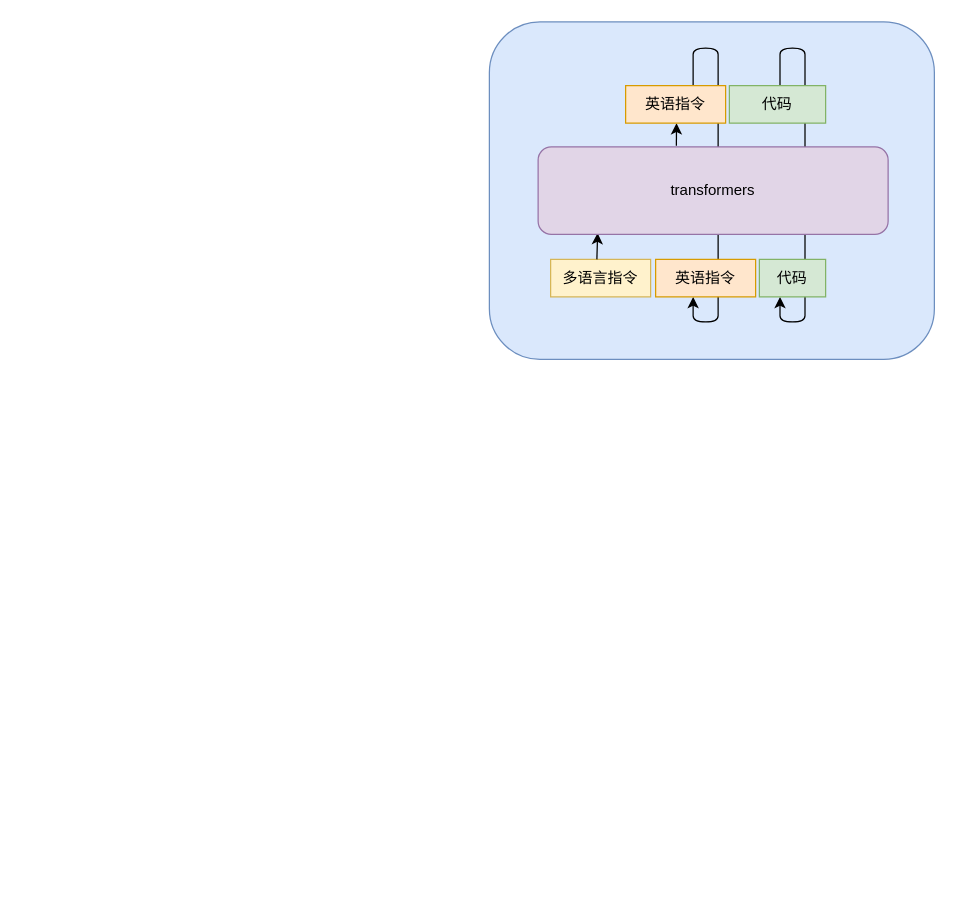
Before: 未命名绘图.drawio in fghccv/test, a draw.io diagram. Source tidied: cells renumbered, new cells numbered last; positions are measured from the earlier drawing's top-left corner, leaving out a move shared by most shapes. Both pictures are drawn from the tidied source at 125%, with x=0, y=0 at pixel (489, 21).
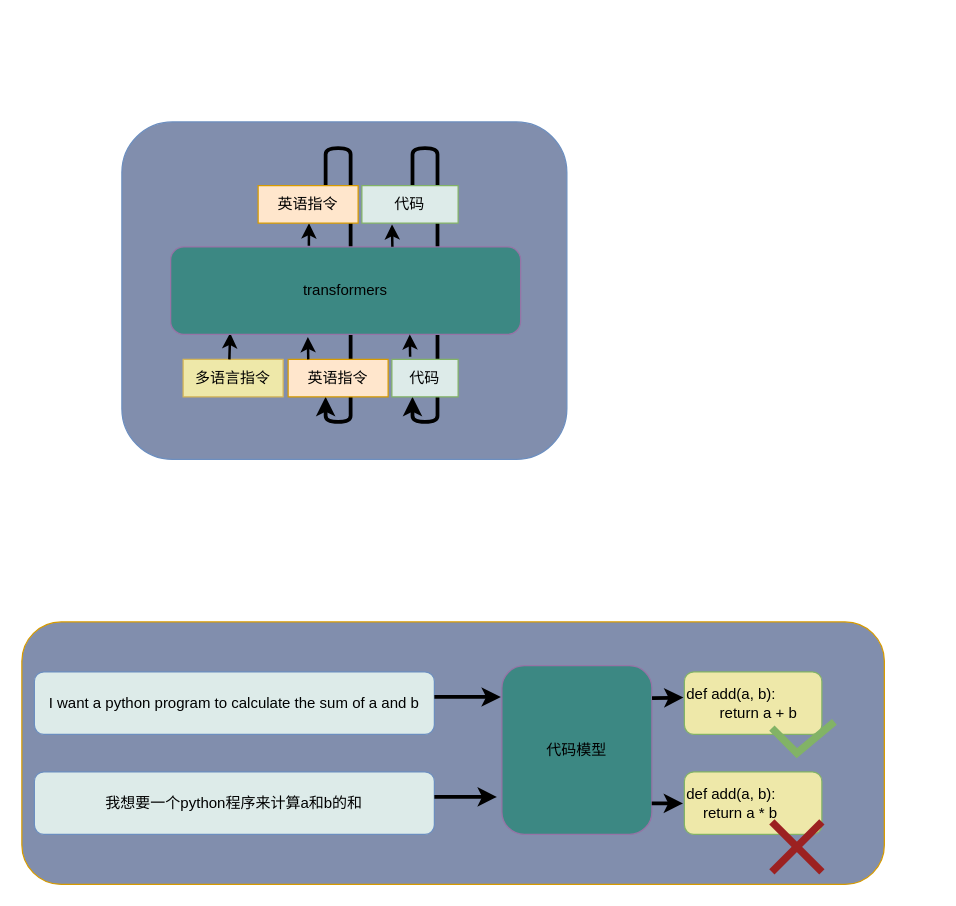
The same page after the edit.

Commit message:
更新未命名绘图.drawio

What changed in the source:
```diff
@@
-    <mxCell id="2" style="group;" parent="1" vertex="1">
-      <mxGeometry width="356" height="270" as="geometry" />
-    </mxCell>
+    <mxCell id="14" style="group;" parent="1" vertex="1">
+      <mxGeometry x="-374" y="480" width="690" height="210" as="geometry" />
+    </mxCell>
+    <mxCell id="15" style="rounded=1;whiteSpace=wrap;html=1;fillColor=#818EAD;strokeColor=#d79b00;" parent="14" vertex="1">
+      <mxGeometry width="690" height="210" as="geometry" />
+    </mxCell>
+    <mxCell id="16" value="I want a python program to calculate the sum of a and b" style="rounded=1;whiteSpace=wrap;html=1;fillColor=#DDEBE9;strokeColor=#6c8ebf;" parent="14" vertex="1">
+      <mxGeometry x="10" y="40" width="320" height="50" as="geometry" />
+    </mxCell>
+    <mxCell id="17" value="我想要一个python程序来计算a和b的和" style="rounded=1;whiteSpace=wrap;html=1;fillColor=#DDEBE9;strokeColor=#6c8ebf;" parent="14" vertex="1">
+      <mxGeometry x="10" y="120" width="320" height="50" as="geometry" />
+    </mxCell>
+    <mxCell id="18" value="代码模型" style="rounded=1;whiteSpace=wrap;html=1;fillColor=#3C8883;strokeColor=#9673a6;" parent="14" vertex="1">
+      <mxGeometry x="384" y="35" width="120" height="135" as="geometry" />
+    </mxCell>
+    <mxCell id="19" value="def add(a, b):&lt;br&gt;&lt;span style=&quot;white-space: pre;&quot;&gt;&#9;&lt;/span&gt;return a + b" style="rounded=1;whiteSpace=wrap;html=1;align=left;fillColor=#EEE8A9;strokeColor=#82b366;" parent="14" vertex="1">
+      <mxGeometry x="530" y="40" width="110" height="50" as="geometry" />
+    </mxCell>
+    <mxCell id="20" value="def add(a, b):&lt;br style=&quot;border-color: var(--border-color);&quot;&gt;&lt;span style=&quot;border-color: var(--border-color);&quot;&gt;&lt;span style=&quot;white-space: pre;&quot;&gt;&amp;nbsp;&amp;nbsp;&amp;nbsp;&amp;nbsp;&lt;/span&gt;&lt;/span&gt;&lt;span style=&quot;&quot;&gt;return a * b&lt;/span&gt;" style="rounded=1;whiteSpace=wrap;html=1;align=left;fillColor=#EEE8A9;strokeColor=#82b366;" parent="14" vertex="1">
+      <mxGeometry x="530" y="120" width="110" height="50" as="geometry" />
+    </mxCell>
+    <mxCell id="21" style="endArrow=classic;html=1;rounded=0;entryX=-0.007;entryY=0.186;entryDx=0;entryDy=0;entryPerimeter=0;strokeWidth=3;" parent="14" edge="1" target="18">
+      <mxGeometry relative="1" as="geometry">
+        <mxPoint x="330" y="60" as="sourcePoint" />
+      </mxGeometry>
+    </mxCell>
+    <mxCell id="22" style="endArrow=classic;html=1;rounded=0;strokeWidth=3;" parent="14" edge="1">
+      <mxGeometry relative="1" as="geometry">
+        <mxPoint x="330" y="140" as="sourcePoint" />
+        <mxPoint x="380" y="140" as="targetPoint" />
+      </mxGeometry>
+    </mxCell>
+    <mxCell id="23" style="endArrow=classic;html=1;rounded=0;exitX=1.001;exitY=0.192;exitDx=0;exitDy=0;exitPerimeter=0;entryX=-0.007;entryY=0.412;entryDx=0;entryDy=0;entryPerimeter=0;strokeWidth=3;" parent="14" edge="1" source="18" target="19">
+      <mxGeometry relative="1" as="geometry" />
+    </mxCell>
+    <mxCell id="24" style="endArrow=classic;html=1;rounded=0;exitX=1.001;exitY=0.192;exitDx=0;exitDy=0;exitPerimeter=0;entryX=-0.007;entryY=0.412;entryDx=0;entryDy=0;entryPerimeter=0;strokeWidth=3;" parent="14" edge="1">
+      <mxGeometry relative="1" as="geometry">
+        <mxPoint x="503.9" y="145.2" as="sourcePoint" />
+        <mxPoint x="528.9" y="145.2" as="targetPoint" />
+      </mxGeometry>
+    </mxCell>
+    <mxCell id="25" style="endArrow=none;html=1;rounded=0;fillColor=#d5e8d4;strokeColor=#82b366;strokeWidth=6;" parent="14" edge="1">
+      <mxGeometry relative="1" as="geometry">
+        <mxPoint x="600" y="85" as="sourcePoint" />
+        <mxPoint x="650" y="80" as="targetPoint" />
+        <Array as="points">
+          <mxPoint x="620" y="105" />
+        </Array>
+      </mxGeometry>
+    </mxCell>
+    <mxCell id="26" style="group;" parent="14" vertex="1">
+      <mxGeometry x="600" y="160" width="40" height="40" as="geometry" />
+    </mxCell>
+    <mxCell id="27" style="endArrow=none;html=1;rounded=0;strokeWidth=6;fillColor=#f8cecc;strokeColor=#9c2121;" parent="26" edge="1">
+      <mxGeometry relative="1" as="geometry">
+        <mxPoint x="40" y="40" as="sourcePoint" />
+        <mxPoint as="targetPoint" />
+      </mxGeometry>
+    </mxCell>
+    <mxCell id="28" style="endArrow=none;html=1;rounded=0;strokeWidth=6;fillColor=#f8cecc;strokeColor=#9c2121;" parent="26" edge="1">
+      <mxGeometry relative="1" as="geometry">
+        <mxPoint y="40" as="sourcePoint" />
+        <mxPoint x="40" as="targetPoint" />
+      </mxGeometry>
+    </mxCell>
+    <mxCell id="29" style="group;" parent="1" vertex="1">
+      <mxGeometry x="-294" y="80" width="356" height="270" as="geometry" />
+    </mxCell>
-    <mxCell id="3" style="rounded=1;whiteSpace=wrap;html=1;fillColor=#dae8fc;strokeColor=#6c8ebf;" parent="2" vertex="1">
+    <mxCell id="3" style="rounded=1;whiteSpace=wrap;html=1;fillColor=#818EAD;strokeColor=#6c8ebf;gradientColor=none;" parent="29" vertex="1">
       <mxGeometry width="356" height="270" as="geometry" />
     </mxCell>
-    <mxCell id="4" value="多语言指令" style="rounded=0;whiteSpace=wrap;html=1;fillColor=#fff2cc;strokeColor=#d6b656;" parent="2" vertex="1">
+    <mxCell id="4" value="多语言指令" style="rounded=0;whiteSpace=wrap;html=1;fillColor=#EEE8A9;strokeColor=#d6b656;" parent="29" vertex="1">
       <mxGeometry x="49" y="190" width="80" height="30" as="geometry" />
     </mxCell>
-    <mxCell id="5" style="curved=1;endArrow=classic;html=1;rounded=0;" parent="2" edge="1">
+    <mxCell id="5" style="curved=1;endArrow=classic;html=1;rounded=0;strokeWidth=3;" parent="29" edge="1">
       <mxGeometry relative="1" as="geometry">
         <mxPoint x="163" y="51" as="sourcePoint" />
         <mxPoint x="163" y="220" as="targetPoint" />
         <Array as="points">
           <mxPoint x="163" y="31" />
           <mxPoint x="163" y="21" />
           <mxPoint x="183" y="21" />
           <mxPoint x="183" y="31" />
           <mxPoint x="183" y="81" />
           <mxPoint x="183" y="230" />
           <mxPoint x="183" y="240" />
           <mxPoint x="163" y="240" />
           <mxPoint x="163" y="230" />
         </Array>
       </mxGeometry>
     </mxCell>
-    <mxCell id="6" style="endArrow=classic;html=1;rounded=0;entryX=0.17;entryY=0.985;entryDx=0;entryDy=0;entryPerimeter=0;" parent="2" edge="1" target="12">
+    <mxCell id="6" style="endArrow=classic;html=1;rounded=0;entryX=0.17;entryY=0.985;entryDx=0;entryDy=0;entryPerimeter=0;strokeWidth=2;" parent="29" edge="1" target="12">
       <mxGeometry relative="1" as="geometry">
         <mxPoint x="86" y="190" as="sourcePoint" />
       </mxGeometry>
     </mxCell>
-    <mxCell id="7" style="endArrow=classic;html=1;rounded=0;entryX=0.17;entryY=0.985;entryDx=0;entryDy=0;entryPerimeter=0;exitX=0.395;exitY=-0.013;exitDx=0;exitDy=0;exitPerimeter=0;" parent="2" edge="1" source="12">
+    <mxCell id="7" style="endArrow=classic;html=1;rounded=0;entryX=0.17;entryY=0.985;entryDx=0;entryDy=0;entryPerimeter=0;exitX=0.395;exitY=-0.013;exitDx=0;exitDy=0;exitPerimeter=0;strokeWidth=2;" parent="29" edge="1" source="12">
       <mxGeometry relative="1" as="geometry">
         <mxPoint x="149.7" y="81.1" as="targetPoint" />
       </mxGeometry>
     </mxCell>
-    <mxCell id="8" value="英语指令" style="rounded=0;whiteSpace=wrap;html=1;fillColor=#ffe6cc;strokeColor=#d79b00;" parent="2" vertex="1">
+    <mxCell id="8" value="英语指令" style="rounded=0;whiteSpace=wrap;html=1;fillColor=#ffe6cc;strokeColor=#d79b00;" parent="29" vertex="1">
       <mxGeometry x="133" y="190" width="80" height="30" as="geometry" />
     </mxCell>
-    <mxCell id="9" value="英语指令" style="rounded=0;whiteSpace=wrap;html=1;fillColor=#ffe6cc;strokeColor=#d79b00;" parent="2" vertex="1">
+    <mxCell id="9" value="英语指令" style="rounded=0;whiteSpace=wrap;html=1;fillColor=#ffe6cc;strokeColor=#d79b00;" parent="29" vertex="1">
       <mxGeometry x="109" y="51" width="80" height="30" as="geometry" />
     </mxCell>
-    <mxCell id="10" style="curved=1;endArrow=classic;html=1;rounded=0;" parent="2" edge="1">
+    <mxCell id="10" style="curved=1;endArrow=classic;html=1;rounded=0;strokeWidth=3;" parent="29" edge="1">
       <mxGeometry relative="1" as="geometry">
         <mxPoint x="232.5" y="51" as="sourcePoint" />
         <mxPoint x="232.5" y="220" as="targetPoint" />
         <Array as="points">
           <mxPoint x="232.5" y="31" />
           <mxPoint x="232.5" y="21" />
           <mxPoint x="252.5" y="21" />
           <mxPoint x="252.5" y="31" />
           <mxPoint x="252.5" y="81" />
           <mxPoint x="252.5" y="230" />
           <mxPoint x="252.5" y="240" />
           <mxPoint x="232.5" y="240" />
           <mxPoint x="232.5" y="230" />
         </Array>
       </mxGeometry>
     </mxCell>
-    <mxCell id="11" value="代码" style="rounded=0;whiteSpace=wrap;html=1;fillColor=#d5e8d4;strokeColor=#82b366;" parent="2" vertex="1">
+    <mxCell id="11" value="代码" style="rounded=0;whiteSpace=wrap;html=1;fillColor=#DDEBE9;strokeColor=#82b366;" parent="29" vertex="1">
       <mxGeometry x="192" y="51" width="77" height="30" as="geometry" />
     </mxCell>
-    <mxCell id="12" value="transformers" style="rounded=1;whiteSpace=wrap;html=1;fillColor=#e1d5e7;strokeColor=#9673a6;" parent="2" vertex="1">
+    <mxCell id="12" value="transformers" style="rounded=1;whiteSpace=wrap;html=1;fillColor=#3C8883;strokeColor=#9673a6;" parent="29" vertex="1">
       <mxGeometry x="39" y="100" width="280" height="70" as="geometry" />
     </mxCell>
-    <mxCell id="13" value="代码" style="rounded=0;whiteSpace=wrap;html=1;fillColor=#d5e8d4;strokeColor=#82b366;" parent="2" vertex="1">
+    <mxCell id="13" value="代码" style="rounded=0;whiteSpace=wrap;html=1;fillColor=#DDEBE9;strokeColor=#82b366;" parent="29" vertex="1">
       <mxGeometry x="216" y="190" width="53" height="30" as="geometry" />
     </mxCell>
+    <mxCell id="30" style="endArrow=classic;html=1;rounded=0;entryX=0.17;entryY=0.985;entryDx=0;entryDy=0;entryPerimeter=0;exitX=0.395;exitY=-0.013;exitDx=0;exitDy=0;exitPerimeter=0;strokeWidth=2;" parent="29" edge="1">
+      <mxGeometry relative="1" as="geometry">
+        <mxPoint x="216.4" y="99.9" as="sourcePoint" />
+        <mxPoint x="216.1" y="82" as="targetPoint" />
+      </mxGeometry>
+    </mxCell>
+    <mxCell id="31" style="endArrow=classic;html=1;rounded=0;entryX=0.17;entryY=0.985;entryDx=0;entryDy=0;entryPerimeter=0;exitX=0.395;exitY=-0.013;exitDx=0;exitDy=0;exitPerimeter=0;strokeWidth=2;" parent="29" edge="1">
+      <mxGeometry relative="1" as="geometry">
+        <mxPoint x="149.1" y="190" as="sourcePoint" />
+        <mxPoint x="148.8" y="172.1" as="targetPoint" />
+      </mxGeometry>
+    </mxCell>
+    <mxCell id="32" style="endArrow=classic;html=1;rounded=0;entryX=0.17;entryY=0.985;entryDx=0;entryDy=0;entryPerimeter=0;exitX=0.395;exitY=-0.013;exitDx=0;exitDy=0;exitPerimeter=0;strokeWidth=2;" parent="29" edge="1">
+      <mxGeometry relative="1" as="geometry">
+        <mxPoint x="230.6" y="187.9" as="sourcePoint" />
+        <mxPoint x="230.3" y="170" as="targetPoint" />
+      </mxGeometry>
+    </mxCell>
```
